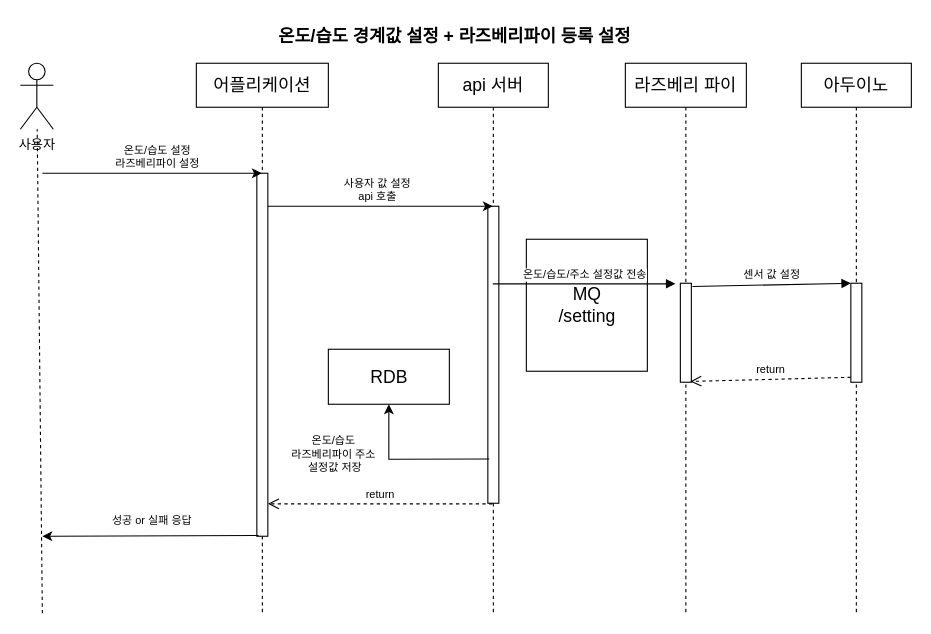
Earlier version of the draw.io diagram page "온도/습도 경계값 설정" (7 of 11) of doc/UML.drawio (veryneuron/study_mate_project). Source tidied: cells renumbered, new cells numbered last; positions are measured from the earlier drawing's top-left corner, leaving out a move shared by most shapes. Both pictures are drawn from the tidied source at 110%, with x=0, y=0 at pixel (20, 19).
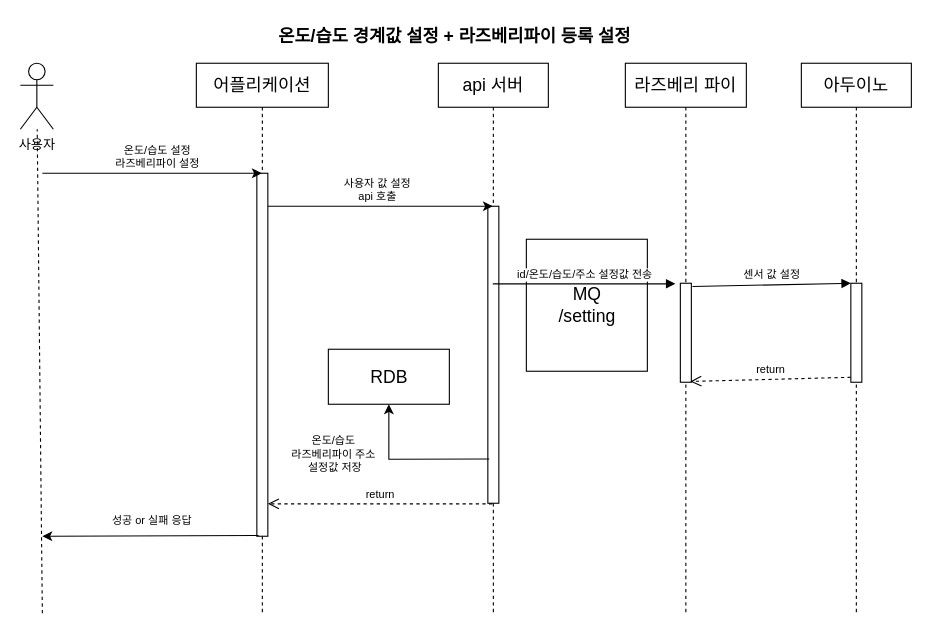
Above is the later version.

The change refers to these unchanged cells:
```xml
<mxCell id="6" value="api 서버" style="shape=umlLifeline;perimeter=lifelinePerimeter;whiteSpace=wrap;html=1;outlineConnect=0;fontSize=16;" parent="1" vertex="1">
  <mxGeometry x="380" y="40" width="100" height="500" as="geometry" />
</mxCell>
<mxCell id="15" style="html=1;points=[];perimeter=orthogonalPerimeter;fontSize=10;" parent="14" vertex="1">
  <mxGeometry x="50" y="200" width="10" height="90" as="geometry" />
</mxCell>
```

The edit, as a diff of the source:
```diff
@@
-    <mxCell id="16" value="온도/습도/주소 설정값 전송" style="html=1;verticalAlign=bottom;endArrow=block;entryX=-0.45;entryY=0.006;rounded=0;fontSize=10;entryDx=0;entryDy=0;entryPerimeter=0;" parent="1" edge="1" source="6" target="15">
+    <mxCell id="16" value="id/온도/습도/주소 설정값 전송" style="html=1;verticalAlign=bottom;endArrow=block;entryX=-0.45;entryY=0.006;rounded=0;fontSize=10;entryDx=0;entryDy=0;entryPerimeter=0;" parent="1" edge="1" source="6" target="15">
       <mxGeometry relative="1" as="geometry" />
     </mxCell>
```
